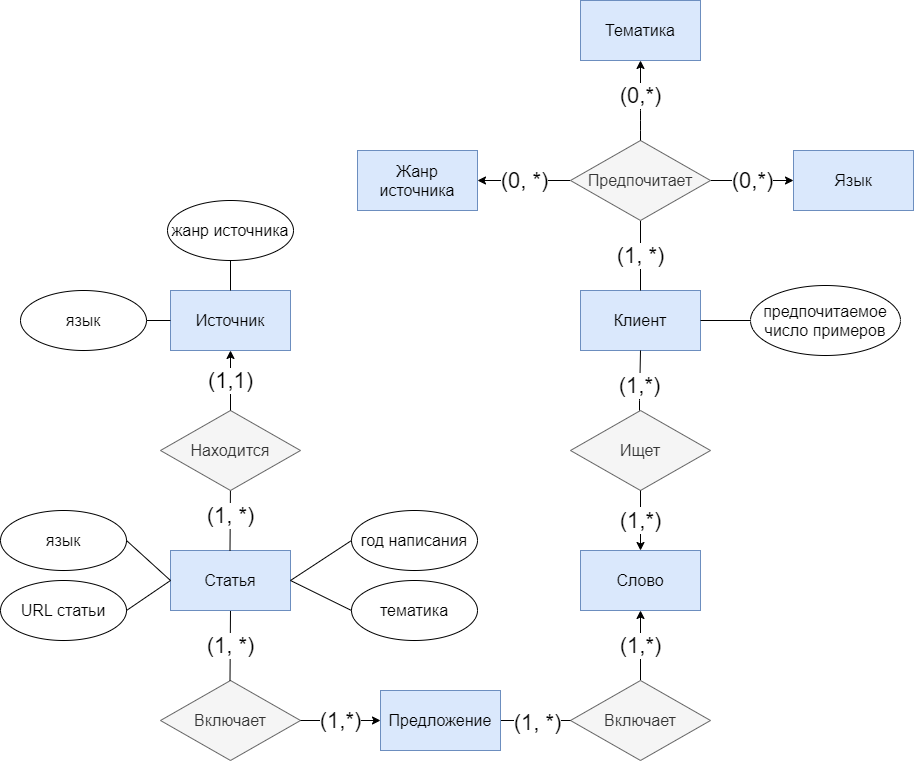
AgeevAA/DB-project keeps this draw.io diagram as ERD.png. Above is the earlier version. Source tidied: cells renumbered, new cells last; positions are measured from the earlier drawing's top-left corner, leaving out a move shared by most shapes.
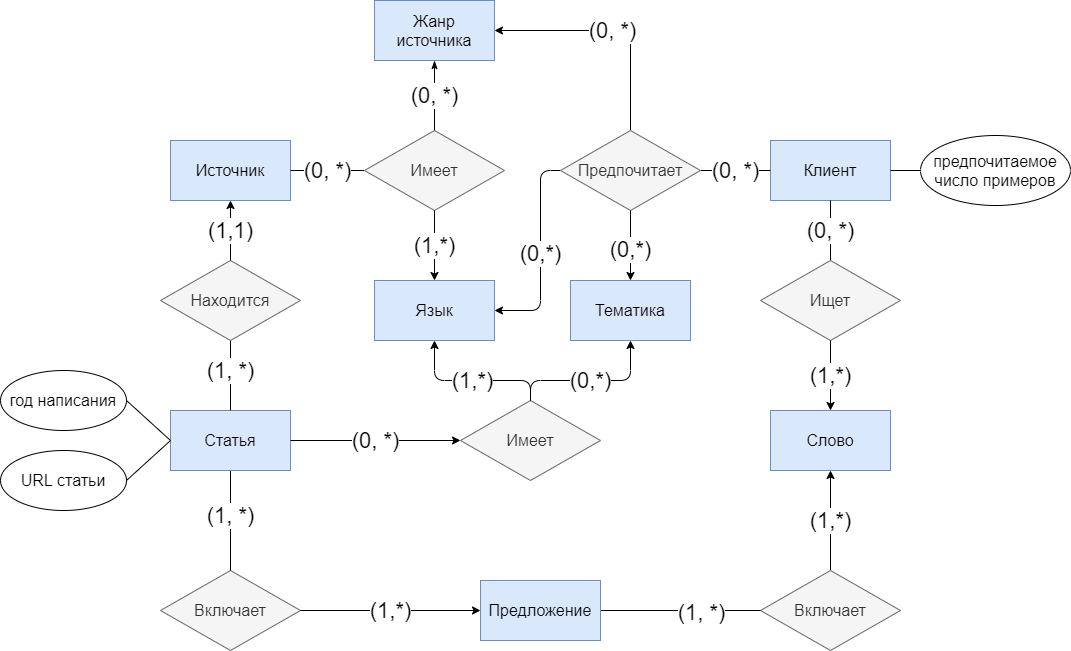
After the change.

Diff of the diagram source:
```diff
@@ -3,64 +3,45 @@
     <mxCell id="0" />
     <mxCell id="1" parent="0" />
     <mxCell id="2" value="&lt;font style=&quot;font-size: 16px&quot;&gt;Клиент&lt;/font&gt;" style="rounded=0;whiteSpace=wrap;html=1;fillColor=#dae8fc;strokeColor=#6c8ebf;" parent="1" vertex="1">
-      <mxGeometry x="580" y="290" width="120" height="60" as="geometry" />
+      <mxGeometry x="770" y="290" width="120" height="60" as="geometry" />
     </mxCell>
-    <mxCell id="3" value="&lt;span style=&quot;font-size: 22px&quot;&gt;(1,*)&lt;/span&gt;" style="endArrow=none;html=1;entryX=0.5;entryY=1;entryDx=0;entryDy=0;" parent="1" edge="1" target="2">
-      <mxGeometry relative="1" as="geometry">
-        <mxPoint x="639" y="420" as="sourcePoint" />
-        <Array as="points">
-          <mxPoint x="639" y="400" />
-        </Array>
-      </mxGeometry>
+    <mxCell id="3" value="&lt;span style=&quot;font-size: 22px&quot;&gt;(0, *)&lt;/span&gt;" style="endArrow=none;html=1;entryX=0.5;entryY=1;entryDx=0;entryDy=0;exitX=0.5;exitY=0;exitDx=0;exitDy=0;" parent="1" edge="1" source="5" target="2">
+      <mxGeometry relative="1" as="geometry" />
     </mxCell>
     <mxCell id="4" value="&lt;font style=&quot;font-size: 16px&quot;&gt;Слово&lt;/font&gt;" style="rounded=0;whiteSpace=wrap;html=1;fillColor=#dae8fc;strokeColor=#6c8ebf;" parent="1" vertex="1">
-      <mxGeometry x="580" y="550" width="120" height="60" as="geometry" />
+      <mxGeometry x="770" y="560" width="120" height="60" as="geometry" />
     </mxCell>
     <mxCell id="5" value="&lt;font style=&quot;font-size: 16px&quot;&gt;Ищет&lt;/font&gt;" style="rhombus;whiteSpace=wrap;html=1;fillColor=#f5f5f5;strokeColor=#666666;fontColor=#333333;" parent="1" vertex="1">
-      <mxGeometry x="570" y="410" width="140" height="80" as="geometry" />
+      <mxGeometry x="760" y="410" width="140" height="80" as="geometry" />
     </mxCell>
-    <mxCell id="6" value="&lt;span style=&quot;font-size: 22px&quot;&gt;&lt;font face=&quot;Helvetica&quot;&gt;(1,*)&lt;/font&gt;&lt;/span&gt;" style="endArrow=classic;html=1;entryX=0.5;entryY=0;entryDx=0;entryDy=0;entryPerimeter=0;endFill=1;fontFamily=Verdana;" parent="1" edge="1" target="4">
-      <mxGeometry relative="1" as="geometry">
-        <mxPoint x="640" y="490" as="sourcePoint" />
-        <Array as="points">
-          <mxPoint x="640" y="490" />
-        </Array>
-      </mxGeometry>
-    </mxCell>
-    <mxCell id="7" value="&lt;span style=&quot;font-size: 22px&quot;&gt;(1,*)&lt;/span&gt;" style="endArrow=classic;html=1;entryX=0.5;entryY=1;entryDx=0;entryDy=0;endFill=1;" parent="1" edge="1" target="4">
-      <mxGeometry relative="1" as="geometry">
-        <mxPoint x="640" y="680" as="sourcePoint" />
-      </mxGeometry>
+    <mxCell id="7" value="&lt;span style=&quot;font-size: 22px&quot;&gt;(1,*)&lt;/span&gt;" style="endArrow=classic;html=1;entryX=0.5;entryY=1;entryDx=0;entryDy=0;endFill=1;exitX=0.5;exitY=0;exitDx=0;exitDy=0;" parent="1" edge="1" source="8" target="4">
+      <mxGeometry relative="1" as="geometry" />
     </mxCell>
     <mxCell id="8" value="&lt;font style=&quot;font-size: 16px&quot;&gt;Включает&lt;/font&gt;" style="rhombus;whiteSpace=wrap;html=1;fillColor=#f5f5f5;strokeColor=#666666;fontColor=#333333;" parent="1" vertex="1">
-      <mxGeometry x="570" y="680" width="140" height="80" as="geometry" />
+      <mxGeometry x="760" y="720" width="140" height="80" as="geometry" />
     </mxCell>
-    <mxCell id="9" style="endArrow=none;html=1;entryX=0;entryY=0.5;entryDx=0;entryDy=0;" parent="1" edge="1" target="8">
-      <mxGeometry relative="1" as="geometry">
-        <mxPoint x="480" y="720" as="sourcePoint" />
-      </mxGeometry>
+    <mxCell id="9" style="endArrow=none;html=1;entryX=0;entryY=0.5;entryDx=0;entryDy=0;exitX=1;exitY=0.5;exitDx=0;exitDy=0;" parent="1" edge="1" source="11" target="8">
+      <mxGeometry relative="1" as="geometry" />
     </mxCell>
     <mxCell id="10" value="&lt;span style=&quot;font-size: 22px&quot;&gt;(1, *)&lt;/span&gt;" style="edgeLabel;html=1;align=center;verticalAlign=middle;" parent="9" vertex="1">
       <mxGeometry x="0.24" y="-1" relative="1" as="geometry" />
     </mxCell>
     <mxCell id="11" value="&lt;font style=&quot;font-size: 16px&quot;&gt;Предложение&lt;/font&gt;" style="rounded=0;whiteSpace=wrap;html=1;fillColor=#dae8fc;strokeColor=#6c8ebf;" parent="1" vertex="1">
-      <mxGeometry x="380" y="690" width="120" height="60" as="geometry" />
+      <mxGeometry x="480" y="730" width="120" height="60" as="geometry" />
     </mxCell>
     <mxCell id="12" value="&lt;font style=&quot;font-size: 16px&quot;&gt;Включает&lt;/font&gt;" style="rhombus;whiteSpace=wrap;html=1;fillColor=#f5f5f5;strokeColor=#666666;fontColor=#333333;" parent="1" vertex="1">
-      <mxGeometry x="160" y="680" width="140" height="80" as="geometry" />
+      <mxGeometry x="160" y="720" width="140" height="80" as="geometry" />
     </mxCell>
-    <mxCell id="13" value="&lt;font style=&quot;font-size: 22px&quot;&gt;(1, *)&lt;/font&gt;" style="endArrow=none;html=1;" parent="1" edge="1">
+    <mxCell id="13" value="&lt;font style=&quot;font-size: 22px&quot;&gt;(1, *)&lt;/font&gt;" style="endArrow=none;html=1;exitX=0.5;exitY=0;exitDx=0;exitDy=0;" parent="1" edge="1" source="12">
       <mxGeometry relative="1" as="geometry">
-        <mxPoint x="229.5" y="680" as="sourcePoint" />
         <mxPoint x="230" y="610" as="targetPoint" />
       </mxGeometry>
     </mxCell>
     <mxCell id="14" value="&lt;font style=&quot;font-size: 16px&quot;&gt;Статья&lt;/font&gt;" style="rounded=0;whiteSpace=wrap;html=1;fillColor=#dae8fc;strokeColor=#6c8ebf;" parent="1" vertex="1">
-      <mxGeometry x="170" y="550" width="120" height="60" as="geometry" />
+      <mxGeometry x="170" y="560" width="120" height="60" as="geometry" />
     </mxCell>
-    <mxCell id="15" value="&lt;span style=&quot;font-size: 22px&quot;&gt;(1, *)&lt;/span&gt;" style="endArrow=none;html=1;" parent="1" edge="1">
+    <mxCell id="15" value="&lt;span style=&quot;font-size: 22px&quot;&gt;(1, *)&lt;/span&gt;" style="endArrow=none;html=1;exitX=0.5;exitY=0;exitDx=0;exitDy=0;" parent="1" edge="1" source="14">
       <mxGeometry relative="1" as="geometry">
-        <mxPoint x="229.5" y="550" as="sourcePoint" />
         <mxPoint x="230" y="480" as="targetPoint" />
       </mxGeometry>
     </mxCell>
@@ -73,86 +54,97 @@
     <mxCell id="18" value="&lt;font style=&quot;font-size: 16px&quot;&gt;Источник&lt;/font&gt;" style="rounded=0;whiteSpace=wrap;html=1;fillColor=#dae8fc;strokeColor=#6c8ebf;" parent="1" vertex="1">
       <mxGeometry x="170" y="290" width="120" height="60" as="geometry" />
     </mxCell>
-    <mxCell id="19" style="endArrow=none;html=1;entryX=0;entryY=0.5;entryDx=0;entryDy=0;" parent="1" edge="1" target="31">
-      <mxGeometry relative="1" as="geometry">
-        <mxPoint x="290" y="580" as="sourcePoint" />
-      </mxGeometry>
+    <mxCell id="19" style="endArrow=none;html=1;entryX=1;entryY=0.5;entryDx=0;entryDy=0;exitX=0;exitY=0.5;exitDx=0;exitDy=0;" parent="1" edge="1" source="14" target="31">
+      <mxGeometry relative="1" as="geometry" />
     </mxCell>
-    <mxCell id="20" style="endArrow=none;html=1;entryX=0;entryY=0.5;entryDx=0;entryDy=0;" parent="1" edge="1" target="32">
-      <mxGeometry relative="1" as="geometry">
-        <mxPoint x="290" y="580" as="sourcePoint" />
-      </mxGeometry>
-    </mxCell>
-    <mxCell id="21" value="&lt;font style=&quot;font-size: 22px&quot;&gt;(0,*)&lt;/font&gt;" style="endArrow=classic;html=1;entryX=0;entryY=0.5;entryDx=0;entryDy=0;exitX=1;exitY=0.5;exitDx=0;exitDy=0;endFill=1;" parent="1" edge="1" source="26" target="39">
-      <mxGeometry relative="1" as="geometry" />
+    <mxCell id="21" value="&lt;font style=&quot;font-size: 22px&quot;&gt;(0,*)&lt;/font&gt;" style="endArrow=classic;html=1;entryX=1;entryY=0.5;entryDx=0;entryDy=0;endFill=1;exitX=0;exitY=0.5;exitDx=0;exitDy=0;" parent="1" edge="1" source="26" target="39">
+      <mxGeometry relative="1" as="geometry">
+        <Array as="points">
+          <mxPoint x="540" y="320" />
+          <mxPoint x="540" y="460" />
+        </Array>
+      </mxGeometry>
     </mxCell>
-    <mxCell id="22" style="endArrow=none;html=1;exitX=0.5;exitY=0;exitDx=0;exitDy=0;entryX=0.5;entryY=1;entryDx=0;entryDy=0;" parent="1" edge="1" source="18" target="35">
+    <mxCell id="22" value="&lt;font style=&quot;font-size: 22px&quot;&gt;(0, *)&lt;/font&gt;" style="endArrow=none;html=1;entryX=0;entryY=0.5;entryDx=0;entryDy=0;exitX=1;exitY=0.5;exitDx=0;exitDy=0;" parent="1" edge="1" source="18" target="42">
       <mxGeometry relative="1" as="geometry" />
     </mxCell>
-    <mxCell id="23" style="endArrow=none;html=1;exitX=1;exitY=0.5;exitDx=0;exitDy=0;" parent="1" edge="1" source="34">
-      <mxGeometry relative="1" as="geometry">
-        <mxPoint x="170" y="320" as="targetPoint" />
-      </mxGeometry>
-    </mxCell>
-    <mxCell id="24" value="&lt;font style=&quot;font-size: 22px&quot;&gt;(1, *)&lt;/font&gt;" style="endArrow=none;html=1;exitX=0.5;exitY=0;exitDx=0;exitDy=0;entryX=0.5;entryY=1;entryDx=0;entryDy=0;" parent="1" edge="1" source="2" target="26">
+    <mxCell id="24" value="&lt;span style=&quot;font-size: 22px&quot;&gt;(0, *)&lt;/span&gt;" style="endArrow=none;html=1;exitX=0;exitY=0.5;exitDx=0;exitDy=0;entryX=1;entryY=0.5;entryDx=0;entryDy=0;" parent="1" edge="1" source="2" target="26">
       <mxGeometry relative="1" as="geometry" />
     </mxCell>
-    <mxCell id="25" value="&lt;font style=&quot;font-size: 22px&quot;&gt;(0, *)&lt;/font&gt;" style="endArrow=none;html=1;entryX=0;entryY=0.5;entryDx=0;entryDy=0;exitX=1;exitY=0.5;exitDx=0;exitDy=0;startArrow=classic;startFill=1;" parent="1" edge="1" source="37" target="26">
-      <mxGeometry relative="1" as="geometry" />
+    <mxCell id="25" value="&lt;font style=&quot;font-size: 22px&quot;&gt;(0, *)&lt;/font&gt;" style="endArrow=none;html=1;entryX=0.5;entryY=0;entryDx=0;entryDy=0;exitX=1;exitY=0.5;exitDx=0;exitDy=0;startArrow=classic;startFill=1;" parent="1" edge="1" source="37" target="26">
+      <mxGeometry relative="1" as="geometry">
+        <Array as="points">
+          <mxPoint x="630" y="180" />
+        </Array>
+      </mxGeometry>
     </mxCell>
     <mxCell id="26" value="&lt;font style=&quot;font-size: 16px&quot;&gt;Предпочитает&lt;/font&gt;" style="rhombus;whiteSpace=wrap;html=1;fillColor=#f5f5f5;strokeColor=#666666;fontColor=#333333;" parent="1" vertex="1">
-      <mxGeometry x="570" y="140" width="140" height="80" as="geometry" />
+      <mxGeometry x="560" y="280" width="140" height="80" as="geometry" />
     </mxCell>
-    <mxCell id="27" value="&lt;font style=&quot;font-size: 22px&quot;&gt;(0,*)&lt;/font&gt;" style="endArrow=classic;html=1;entryX=0.5;entryY=1;entryDx=0;entryDy=0;endFill=1;" parent="1" edge="1" target="38">
-      <mxGeometry x="0.13" relative="1" as="geometry">
-        <mxPoint x="640" y="140" as="sourcePoint" />
-        <Array as="points">
-          <mxPoint x="640" y="120" />
-          <mxPoint x="640" y="100" />
-        </Array>
-      </mxGeometry>
+    <mxCell id="27" value="&lt;font style=&quot;font-size: 22px&quot;&gt;(0,*)&lt;/font&gt;" style="endArrow=classic;html=1;entryX=0.5;entryY=0;entryDx=0;entryDy=0;endFill=1;exitX=0.5;exitY=1;exitDx=0;exitDy=0;" parent="1" edge="1" source="26" target="38">
+      <mxGeometry x="0.13" relative="1" as="geometry" />
     </mxCell>
-    <mxCell id="28" value="&lt;span style=&quot;font-size: 16px&quot;&gt;язык&lt;/span&gt;" style="ellipse;whiteSpace=wrap;html=1;" parent="1" vertex="1">
-      <mxGeometry y="510" width="126" height="60" as="geometry" />
-    </mxCell>
-    <mxCell id="29" style="endArrow=none;html=1;exitX=1;exitY=0.5;exitDx=0;exitDy=0;entryX=0;entryY=0.5;entryDx=0;entryDy=0;" parent="1" edge="1" source="28" target="14">
-      <mxGeometry relative="1" as="geometry" />
-    </mxCell>
     <mxCell id="30" value="&lt;span style=&quot;font-size: 16px&quot;&gt;URL статьи&lt;/span&gt;" style="ellipse;whiteSpace=wrap;html=1;" parent="1" vertex="1">
-      <mxGeometry y="580" width="126" height="60" as="geometry" />
+      <mxGeometry y="600" width="126" height="60" as="geometry" />
     </mxCell>
     <mxCell id="31" value="&lt;span style=&quot;font-size: 16px&quot;&gt;год написания&lt;/span&gt;" style="ellipse;whiteSpace=wrap;html=1;" parent="1" vertex="1">
-      <mxGeometry x="351" y="510" width="126" height="60" as="geometry" />
+      <mxGeometry y="520" width="126" height="60" as="geometry" />
     </mxCell>
-    <mxCell id="32" value="&lt;span style=&quot;font-size: 16px&quot;&gt;тематика&lt;/span&gt;" style="ellipse;whiteSpace=wrap;html=1;" parent="1" vertex="1">
-      <mxGeometry x="351" y="580" width="126" height="60" as="geometry" />
-    </mxCell>
     <mxCell id="33" style="endArrow=none;html=1;entryX=1;entryY=0.5;entryDx=0;entryDy=0;exitX=0;exitY=0.5;exitDx=0;exitDy=0;" parent="1" edge="1" source="14" target="30">
       <mxGeometry relative="1" as="geometry" />
     </mxCell>
-    <mxCell id="34" value="&lt;span style=&quot;font-size: 16px&quot;&gt;язык&lt;/span&gt;" style="ellipse;whiteSpace=wrap;html=1;" parent="1" vertex="1">
-      <mxGeometry x="20" y="290" width="126" height="60" as="geometry" />
-    </mxCell>
-    <mxCell id="35" value="&lt;font style=&quot;font-size: 16px&quot;&gt;жанр источника&lt;/font&gt;" style="ellipse;whiteSpace=wrap;html=1;" parent="1" vertex="1">
-      <mxGeometry x="167" y="200" width="126" height="60" as="geometry" />
-    </mxCell>
     <mxCell id="36" value="&lt;span style=&quot;font-size: 22px&quot;&gt;(1,*)&lt;/span&gt;" style="endArrow=none;html=1;entryX=1;entryY=0.5;entryDx=0;entryDy=0;exitX=0;exitY=0.5;exitDx=0;exitDy=0;startArrow=classic;startFill=1;" parent="1" edge="1" source="11" target="12">
       <mxGeometry relative="1" as="geometry" />
     </mxCell>
     <mxCell id="37" value="&lt;font style=&quot;font-size: 16px&quot;&gt;Жанр источника&lt;/font&gt;" style="rounded=0;whiteSpace=wrap;html=1;fillColor=#dae8fc;strokeColor=#6c8ebf;" parent="1" vertex="1">
-      <mxGeometry x="357" y="150" width="120" height="60" as="geometry" />
+      <mxGeometry x="374" y="150" width="120" height="60" as="geometry" />
     </mxCell>
     <mxCell id="38" value="&lt;font style=&quot;font-size: 16px&quot;&gt;Тематика&lt;/font&gt;" style="rounded=0;whiteSpace=wrap;html=1;fillColor=#dae8fc;strokeColor=#6c8ebf;" parent="1" vertex="1">
-      <mxGeometry x="580" width="120" height="60" as="geometry" />
+      <mxGeometry x="570" y="430" width="120" height="60" as="geometry" />
     </mxCell>
     <mxCell id="39" value="&lt;font style=&quot;font-size: 16px&quot;&gt;Язык&lt;/font&gt;" style="rounded=0;whiteSpace=wrap;html=1;fillColor=#dae8fc;strokeColor=#6c8ebf;" parent="1" vertex="1">
-      <mxGeometry x="793" y="150" width="120" height="60" as="geometry" />
+      <mxGeometry x="374" y="430" width="120" height="60" as="geometry" />
     </mxCell>
     <mxCell id="40" value="&lt;span style=&quot;font-size: 16px&quot;&gt;предпочитаемое число примеров&lt;/span&gt;" style="ellipse;whiteSpace=wrap;html=1;" parent="1" vertex="1">
-      <mxGeometry x="750" y="285" width="150" height="70" as="geometry" />
+      <mxGeometry x="920" y="285" width="150" height="70" as="geometry" />
     </mxCell>
     <mxCell id="41" style="endArrow=none;html=1;exitX=1;exitY=0.5;exitDx=0;exitDy=0;entryX=0;entryY=0.5;entryDx=0;entryDy=0;" parent="1" edge="1" source="2" target="40">
       <mxGeometry relative="1" as="geometry" />
     </mxCell>
+    <mxCell id="42" value="&lt;span style=&quot;font-size: 16px&quot;&gt;Имеет&lt;/span&gt;" style="rhombus;whiteSpace=wrap;html=1;fillColor=#f5f5f5;strokeColor=#666666;fontColor=#333333;" parent="1" vertex="1">
+      <mxGeometry x="364" y="280" width="140" height="80" as="geometry" />
+    </mxCell>
+    <mxCell id="43" value="&lt;font style=&quot;font-size: 22px&quot;&gt;(1,*)&lt;/font&gt;" style="endArrow=classic;html=1;entryX=0.5;entryY=0;entryDx=0;entryDy=0;exitX=0.5;exitY=1;exitDx=0;exitDy=0;endFill=1;" parent="1" edge="1" source="42" target="39">
+      <mxGeometry relative="1" as="geometry" />
+    </mxCell>
+    <mxCell id="44" value="&lt;span style=&quot;font-size: 22px&quot;&gt;(0, *)&lt;/span&gt;" style="endArrow=classicThin;html=1;exitX=0.5;exitY=0;exitDx=0;exitDy=0;entryX=0.5;entryY=1;entryDx=0;entryDy=0;endFill=1;" parent="1" edge="1" source="42" target="37">
+      <mxGeometry relative="1" as="geometry" />
+    </mxCell>
+    <mxCell id="45" value="&lt;span style=&quot;font-size: 16px&quot;&gt;Имеет&lt;/span&gt;" style="rhombus;whiteSpace=wrap;html=1;fillColor=#f5f5f5;strokeColor=#666666;fontColor=#333333;" parent="1" vertex="1">
+      <mxGeometry x="460" y="550" width="140" height="80" as="geometry" />
+    </mxCell>
+    <mxCell id="46" value="&lt;span style=&quot;font-size: 22px&quot;&gt;(1,*)&lt;/span&gt;" style="endArrow=none;html=1;entryX=0.5;entryY=1;entryDx=0;entryDy=0;endFill=0;exitX=0.5;exitY=0;exitDx=0;exitDy=0;startArrow=classic;startFill=1;" parent="1" edge="1" source="4" target="5">
+      <mxGeometry relative="1" as="geometry" />
+    </mxCell>
+    <mxCell id="47" value="&lt;span style=&quot;font-size: 22px&quot;&gt;(1,*)&lt;/span&gt;" style="endArrow=classic;html=1;entryX=0.5;entryY=1;entryDx=0;entryDy=0;endFill=1;exitX=0.5;exitY=0;exitDx=0;exitDy=0;" parent="1" edge="1" source="45" target="39">
+      <mxGeometry relative="1" as="geometry">
+        <Array as="points">
+          <mxPoint x="530" y="530" />
+          <mxPoint x="434" y="530" />
+        </Array>
+      </mxGeometry>
+    </mxCell>
+    <mxCell id="48" value="&lt;span style=&quot;font-size: 22px&quot;&gt;(0,*)&lt;/span&gt;" style="endArrow=classic;html=1;entryX=0.5;entryY=1;entryDx=0;entryDy=0;endFill=1;" parent="1" edge="1" target="38">
+      <mxGeometry relative="1" as="geometry">
+        <mxPoint x="530" y="550" as="sourcePoint" />
+        <Array as="points">
+          <mxPoint x="530" y="530" />
+          <mxPoint x="630" y="530" />
+        </Array>
+      </mxGeometry>
+    </mxCell>
+    <mxCell id="49" value="&lt;span style=&quot;font-size: 22px&quot;&gt;(0, *)&lt;/span&gt;" style="endArrow=classic;html=1;entryX=0;entryY=0.5;entryDx=0;entryDy=0;endFill=1;exitX=1;exitY=0.5;exitDx=0;exitDy=0;" parent="1" edge="1" source="14" target="45">
+      <mxGeometry relative="1" as="geometry" />
+    </mxCell>
   </root>
 </mxGraphModel>
```
